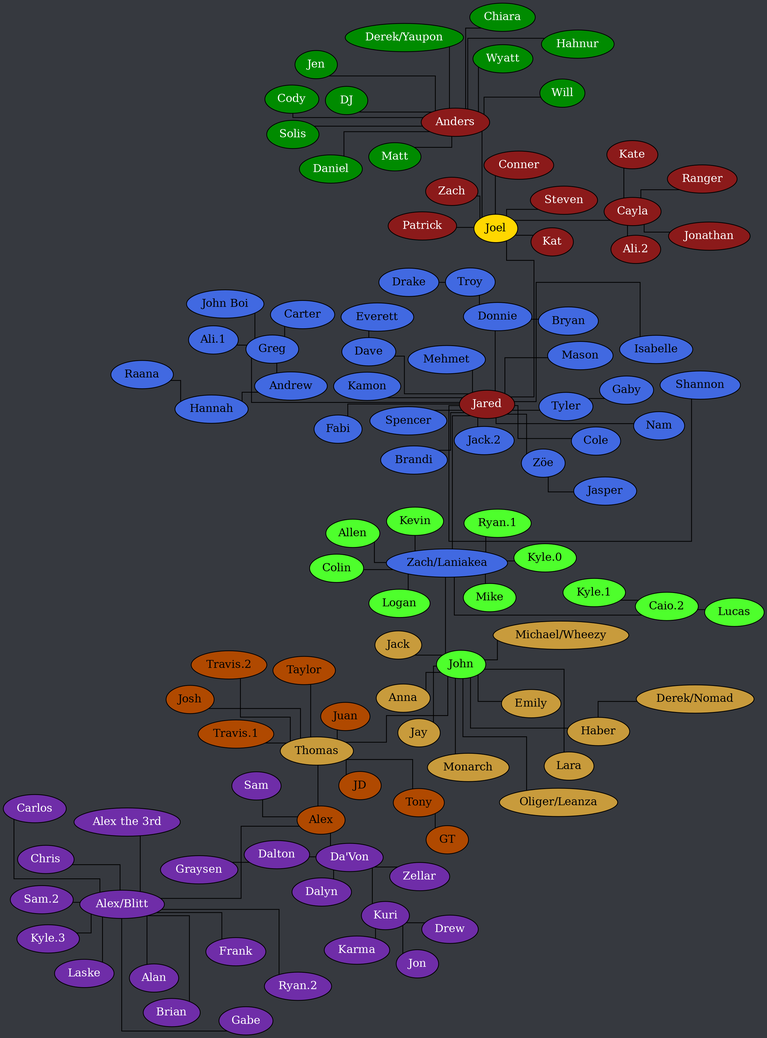
Above: tree.png in Documidas/CoronaCatzFamilyTree (Graphviz), before the change. Its source is kept beside it as tree.dot.
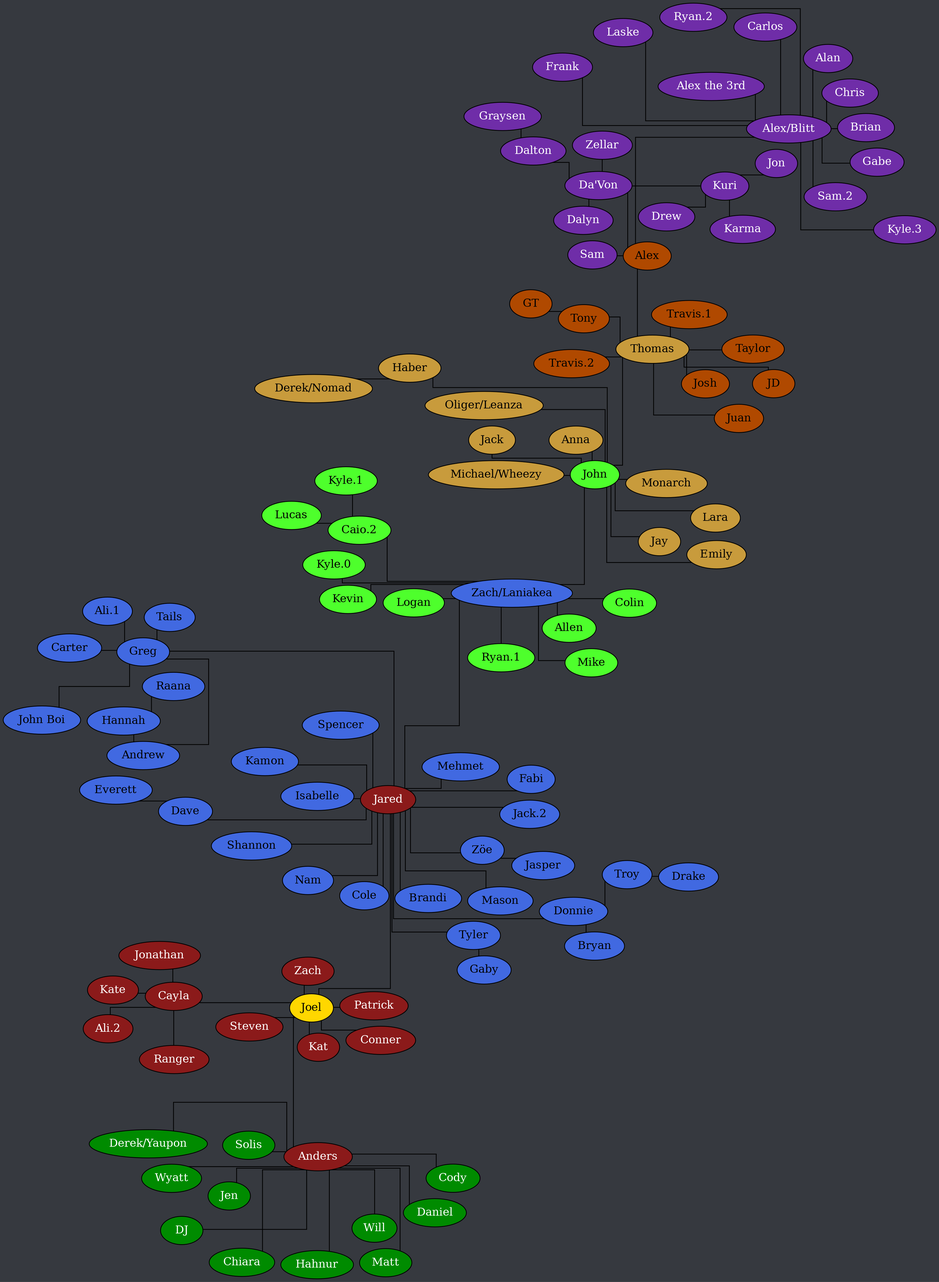
The same diagram one commit later.

Diff of the diagram source:
```diff
@@ -56,6 +56,7 @@
 		Greg -- Andrew;
 		Greg -- Carter;
 		Greg -- "John Boi";
+		Greg -- Tails;
 		Hannah -- Raana;
 		Jared -- Brandi;
 		Jared -- Dave;
```
